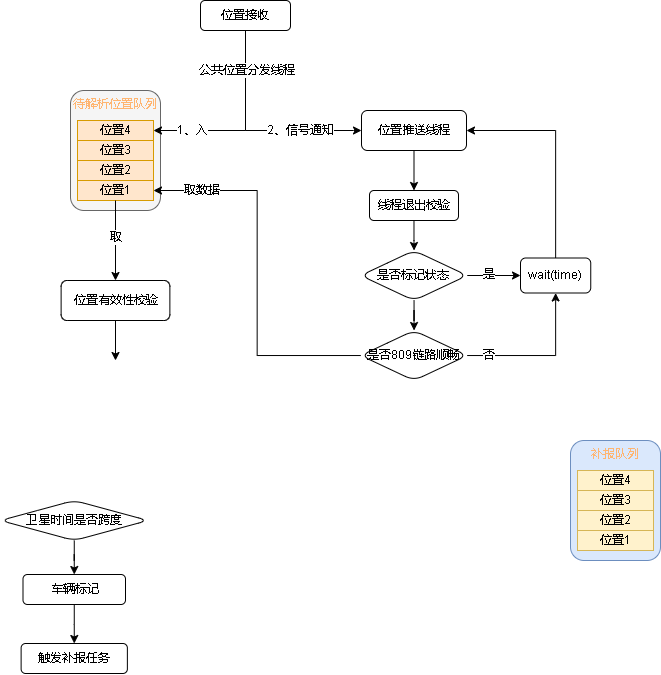
Earlier version of the draw.io export 809数据跨度.drawio.png (xktder/draw). Source tidied: cells renumbered, new cells last; positions are measured from the earlier drawing's top-left corner, leaving out a move shared by most shapes.
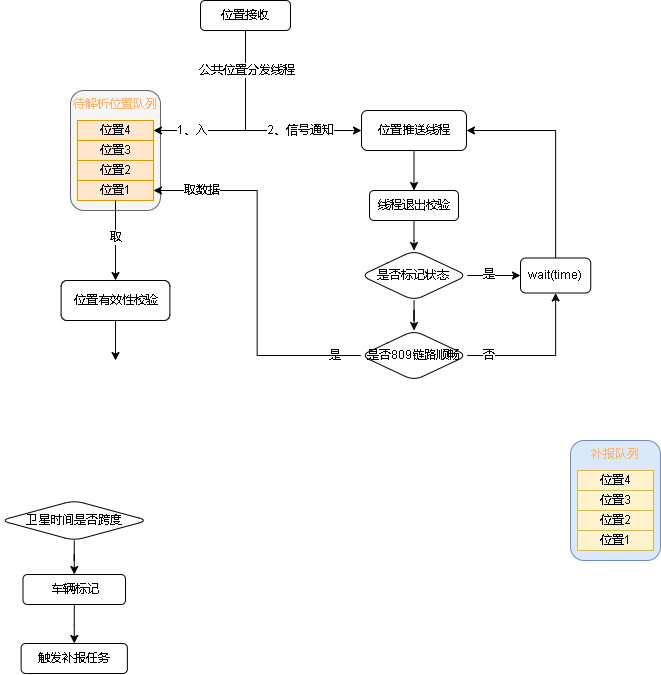
After the commit.

Commit message:
更新809数据跨度.drawio.png

What changed in the source:
```diff
@@ -148,6 +148,11 @@
         <mxPoint x="-18" y="1" as="offset" />
       </mxGeometry>
     </mxCell>
+    <mxCell id="44" value="是" style="edgeLabel;html=1;align=center;verticalAlign=middle;fontColor=#000000;" parent="41" vertex="1">
+      <mxGeometry x="-0.86" y="1" relative="1" as="geometry">
+        <mxPoint y="-1" as="offset" />
+      </mxGeometry>
+    </mxCell>
     <mxCell id="43" value="是否809链路顺畅" style="rhombus;whiteSpace=wrap;html=1;fontColor=#000000;rounded=1;" parent="1" vertex="1">
       <mxGeometry x="360.2" y="330" width="106.5" height="50" as="geometry" />
     </mxCell>
```
